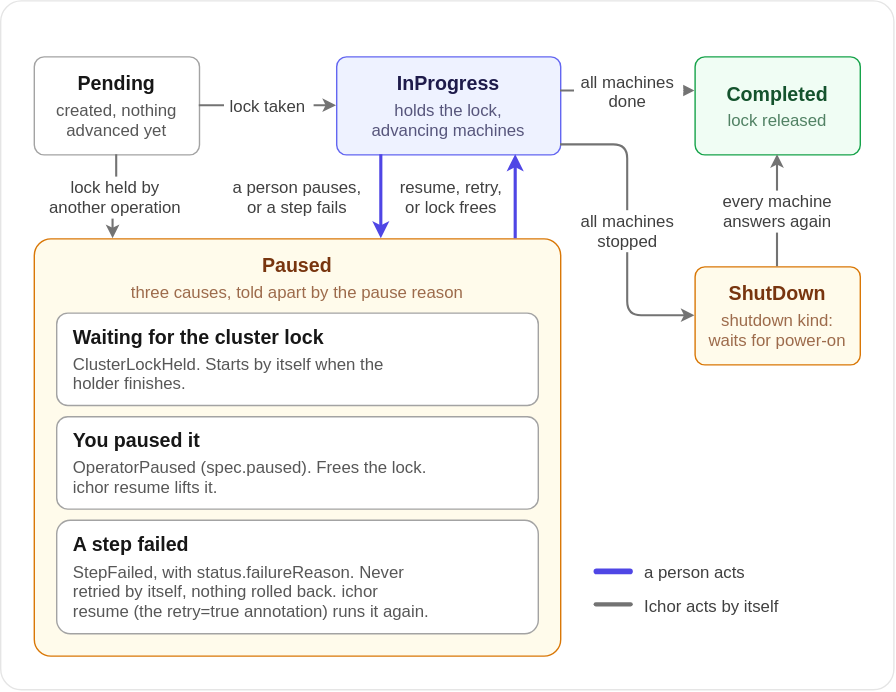
maeshinshin/ichor keeps this draw.io diagram as docs/images/operation-phases.light.drawio.svg. Above is the earlier version. Source tidied: cells renumbered, new cells last; positions are measured from the earlier drawing's top-left corner, leaving out a move shared by most shapes.
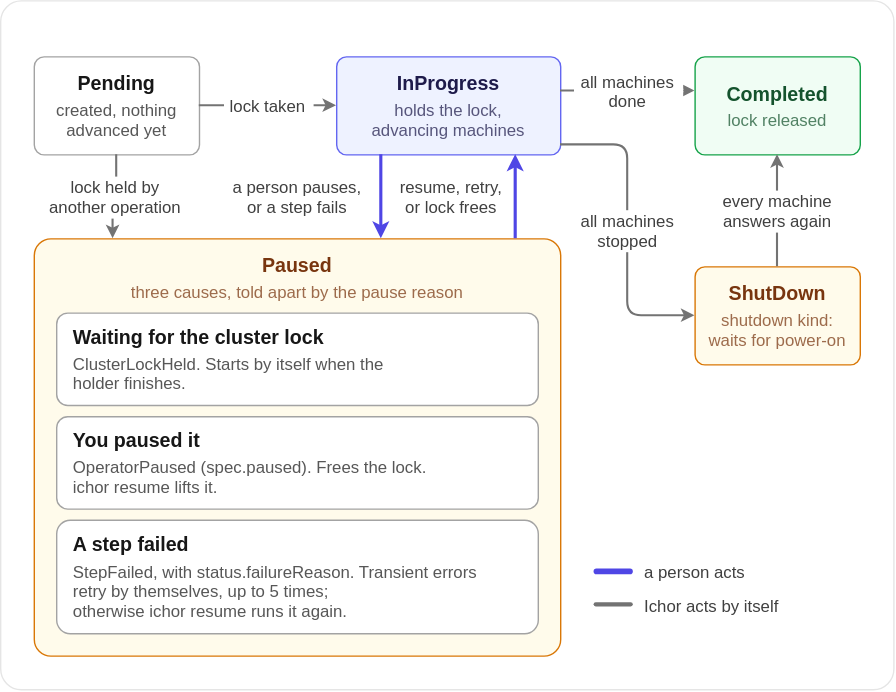
Later version of the same file.

Commit message:
docs(concepts): operations reasons, kinds and fields, retry; build-from-source diagram

Diff of the diagram source:
```diff
@@ -74,7 +74,7 @@
     <mxCell id="25" value="A step failed" style="html=0;fillColor=none;strokeColor=none;fontFamily=Helvetica;fontSize=14;fontColor=light-dark(#171717,#FAFAFA);align=left;spacingLeft=12;spacingRight=8;verticalAlign=middle;spacing=0;fontStyle=1;" parent="24" vertex="1">
       <mxGeometry y="8" width="344" height="17" as="geometry" />
     </mxCell>
-    <mxCell id="26" value="StepFailed, with status.failureReason. Never&#10;retried by itself, nothing rolled back. ichor&#10;resume (the retry=true annotation) runs it again." style="html=0;fillColor=none;strokeColor=none;fontFamily=Helvetica;fontSize=12;fontColor=light-dark(#171717,#FAFAFA);align=left;spacingLeft=12;spacingRight=8;verticalAlign=middle;spacing=0;textOpacity=72;" parent="24" vertex="1">
+    <mxCell id="26" value="StepFailed, with status.failureReason. Transient errors&#10;retry by themselves, up to 5 times;&#10;otherwise ichor resume runs it again." style="html=0;fillColor=none;strokeColor=none;fontFamily=Helvetica;fontSize=12;fontColor=light-dark(#171717,#FAFAFA);align=left;spacingLeft=12;spacingRight=8;verticalAlign=middle;spacing=0;textOpacity=72;" parent="24" vertex="1">
       <mxGeometry y="28" width="344" height="45" as="geometry" />
     </mxCell>
     <mxCell id="27" value="lock taken" style="edgeStyle=orthogonalEdgeStyle;rounded=1;jettySize=auto;strokeColor=light-dark(#737373,#A3A3A3);strokeWidth=1.5;endArrow=classic;endFill=1;endSize=5;startArrow=none;startFill=1;startSize=5;fontColor=light-dark(#404040,#D4D4D4);fontFamily=Helvetica;fontSize=12;labelBackgroundColor=light-dark(#FFFFFF,#0A0A0A);exitX=1;exitY=0.5;exitDx=0;exitDy=0;entryX=0;entryY=0.5;entryDx=0;entryDy=0;html=0;" parent="1" edge="1" source="3" target="6">
```
